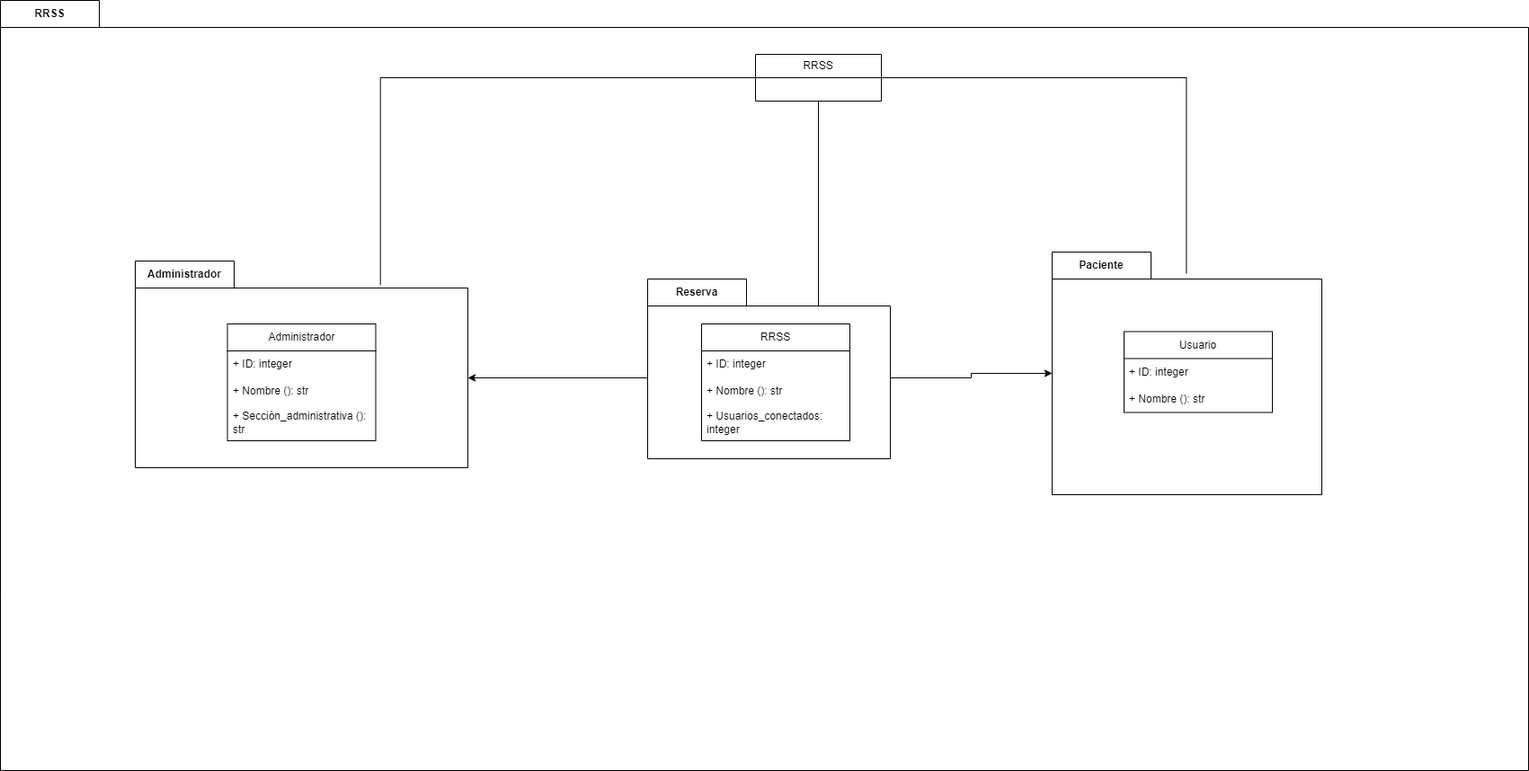
jpprguezz/ETS keeps this draw.io diagram as Diagramas_Paquetes/diagrama-paquete-rrss.drawio.png. Above is the earlier version. Source tidied: cells renumbered, new cells last; positions are measured from the earlier drawing's top-left corner, leaving out a move shared by most shapes. Its diagram source:
```xml
<mxGraphModel>
  <root>
    <mxCell id="0" />
    <mxCell id="1" parent="0" />
    <mxCell id="2" value="RRSS" style="shape=folder;fontStyle=1;tabWidth=110;tabHeight=30;tabPosition=left;html=1;boundedLbl=1;labelInHeader=1;whiteSpace=wrap;" parent="1" vertex="1">
      <mxGeometry width="1700" height="857" as="geometry" />
    </mxCell>
    <mxCell id="3" value="Administrador" style="shape=folder;fontStyle=1;tabWidth=110;tabHeight=30;tabPosition=left;html=1;boundedLbl=1;labelInHeader=1;whiteSpace=wrap;" parent="2" vertex="1">
      <mxGeometry x="150" y="290" width="370" height="230" as="geometry" />
    </mxCell>
    <mxCell id="4" value="Administrador" style="swimlane;fontStyle=0;horizontal=1;startSize=30;whiteSpace=wrap;html=1;" parent="3" vertex="1">
      <mxGeometry x="102.5" y="70" width="165" height="130" as="geometry" />
    </mxCell>
    <mxCell id="5" value="+ ID: integer" style="text;strokeColor=none;fillColor=none;align=left;verticalAlign=middle;spacingLeft=4;spacingRight=4;overflow=hidden;whiteSpace=wrap;html=1;" parent="4" vertex="1">
      <mxGeometry y="30" width="165" height="30" as="geometry" />
    </mxCell>
    <mxCell id="6" value="&lt;div&gt;+ Nombre (): str&lt;/div&gt;" style="text;strokeColor=none;fillColor=none;align=left;verticalAlign=middle;spacingLeft=4;spacingRight=4;overflow=hidden;whiteSpace=wrap;html=1;" parent="4" vertex="1">
      <mxGeometry y="60" width="165" height="30" as="geometry" />
    </mxCell>
    <mxCell id="7" value="+ Sección_administrativa (): str" style="text;strokeColor=none;fillColor=none;align=left;verticalAlign=middle;spacingLeft=4;spacingRight=4;overflow=hidden;whiteSpace=wrap;html=1;" parent="4" vertex="1">
      <mxGeometry y="90" width="165" height="40" as="geometry" />
    </mxCell>
    <mxCell id="8" value="RRSS" style="swimlane;fontStyle=0;horizontal=1;startSize=26;fillColor=none;whiteSpace=wrap;html=1;" parent="2" vertex="1">
      <mxGeometry x="840" y="60" width="140" height="52" as="geometry" />
    </mxCell>
    <mxCell id="9" style="edgeStyle=orthogonalEdgeStyle;rounded=0;jettySize=auto;html=1;exitX=0;exitY=0;exitDx=270;exitDy=110;exitPerimeter=0;" parent="2" edge="1" source="10" target="15">
      <mxGeometry relative="1" as="geometry" />
    </mxCell>
    <mxCell id="10" value="Reserva" style="shape=folder;fontStyle=1;tabWidth=110;tabHeight=30;tabPosition=left;html=1;boundedLbl=1;labelInHeader=1;whiteSpace=wrap;" parent="2" vertex="1">
      <mxGeometry x="720" y="310" width="270" height="200" as="geometry" />
    </mxCell>
    <mxCell id="11" value="RRSS" style="swimlane;fontStyle=0;horizontal=1;startSize=30;whiteSpace=wrap;html=1;" parent="10" vertex="1">
      <mxGeometry x="60" y="50" width="165" height="130" as="geometry" />
    </mxCell>
    <mxCell id="12" value="+ ID: integer" style="text;strokeColor=none;fillColor=none;align=left;verticalAlign=middle;spacingLeft=4;spacingRight=4;overflow=hidden;whiteSpace=wrap;html=1;" parent="11" vertex="1">
      <mxGeometry y="30" width="165" height="30" as="geometry" />
    </mxCell>
    <mxCell id="13" value="&lt;div&gt;+ Nombre (): str&lt;/div&gt;" style="text;strokeColor=none;fillColor=none;align=left;verticalAlign=middle;spacingLeft=4;spacingRight=4;overflow=hidden;whiteSpace=wrap;html=1;" parent="11" vertex="1">
      <mxGeometry y="60" width="165" height="30" as="geometry" />
    </mxCell>
    <mxCell id="14" value="+ Usuarios_conectados: integer" style="text;strokeColor=none;fillColor=none;align=left;verticalAlign=middle;spacingLeft=4;spacingRight=4;overflow=hidden;whiteSpace=wrap;html=1;" parent="11" vertex="1">
      <mxGeometry y="90" width="165" height="40" as="geometry" />
    </mxCell>
    <mxCell id="15" value="Paciente" style="shape=folder;fontStyle=1;tabWidth=110;tabHeight=30;tabPosition=left;html=1;boundedLbl=1;labelInHeader=1;whiteSpace=wrap;" parent="2" vertex="1">
      <mxGeometry x="1170" y="280" width="300" height="270" as="geometry" />
    </mxCell>
    <mxCell id="16" value="Usuario" style="swimlane;fontStyle=0;horizontal=1;startSize=30;whiteSpace=wrap;html=1;" parent="15" vertex="1">
      <mxGeometry x="80" y="88.5" width="165" height="90" as="geometry" />
    </mxCell>
    <mxCell id="17" value="+ ID: integer" style="text;strokeColor=none;fillColor=none;align=left;verticalAlign=middle;spacingLeft=4;spacingRight=4;overflow=hidden;whiteSpace=wrap;html=1;" parent="16" vertex="1">
      <mxGeometry y="30" width="165" height="30" as="geometry" />
    </mxCell>
    <mxCell id="18" value="&lt;div&gt;+ Nombre (): str&lt;/div&gt;" style="text;strokeColor=none;fillColor=none;align=left;verticalAlign=middle;spacingLeft=4;spacingRight=4;overflow=hidden;whiteSpace=wrap;html=1;" parent="16" vertex="1">
      <mxGeometry y="60" width="165" height="30" as="geometry" />
    </mxCell>
    <mxCell id="19" style="edgeStyle=orthogonalEdgeStyle;rounded=0;jettySize=auto;html=1;exitX=0;exitY=0;exitDx=0;exitDy=110;exitPerimeter=0;entryX=0;entryY=0;entryDx=370;entryDy=130;entryPerimeter=0;" parent="2" edge="1" source="10" target="3">
      <mxGeometry relative="1" as="geometry" />
    </mxCell>
    <mxCell id="20" style="endArrow=none;html=1;rounded=0;entryX=0;entryY=0;entryDx=190;entryDy=30;entryPerimeter=0;endFill=0;" parent="2" edge="1" target="10">
      <mxGeometry relative="1" as="geometry">
        <mxPoint x="910" y="112" as="sourcePoint" />
      </mxGeometry>
    </mxCell>
    <mxCell id="21" style="edgeStyle=orthogonalEdgeStyle;rounded=0;jettySize=auto;html=1;exitX=0;exitY=0.5;exitDx=0;exitDy=0;entryX=0.737;entryY=0.116;entryDx=0;entryDy=0;entryPerimeter=0;endArrow=none;endFill=0;" parent="2" edge="1" source="8" target="3">
      <mxGeometry relative="1" as="geometry" />
    </mxCell>
    <mxCell id="22" style="edgeStyle=orthogonalEdgeStyle;rounded=0;jettySize=auto;html=1;exitX=1;exitY=0.5;exitDx=0;exitDy=0;entryX=0.498;entryY=0.088;entryDx=0;entryDy=0;entryPerimeter=0;endArrow=none;endFill=0;" parent="2" edge="1" source="8" target="15">
      <mxGeometry relative="1" as="geometry" />
    </mxCell>
  </root>
</mxGraphModel>
```
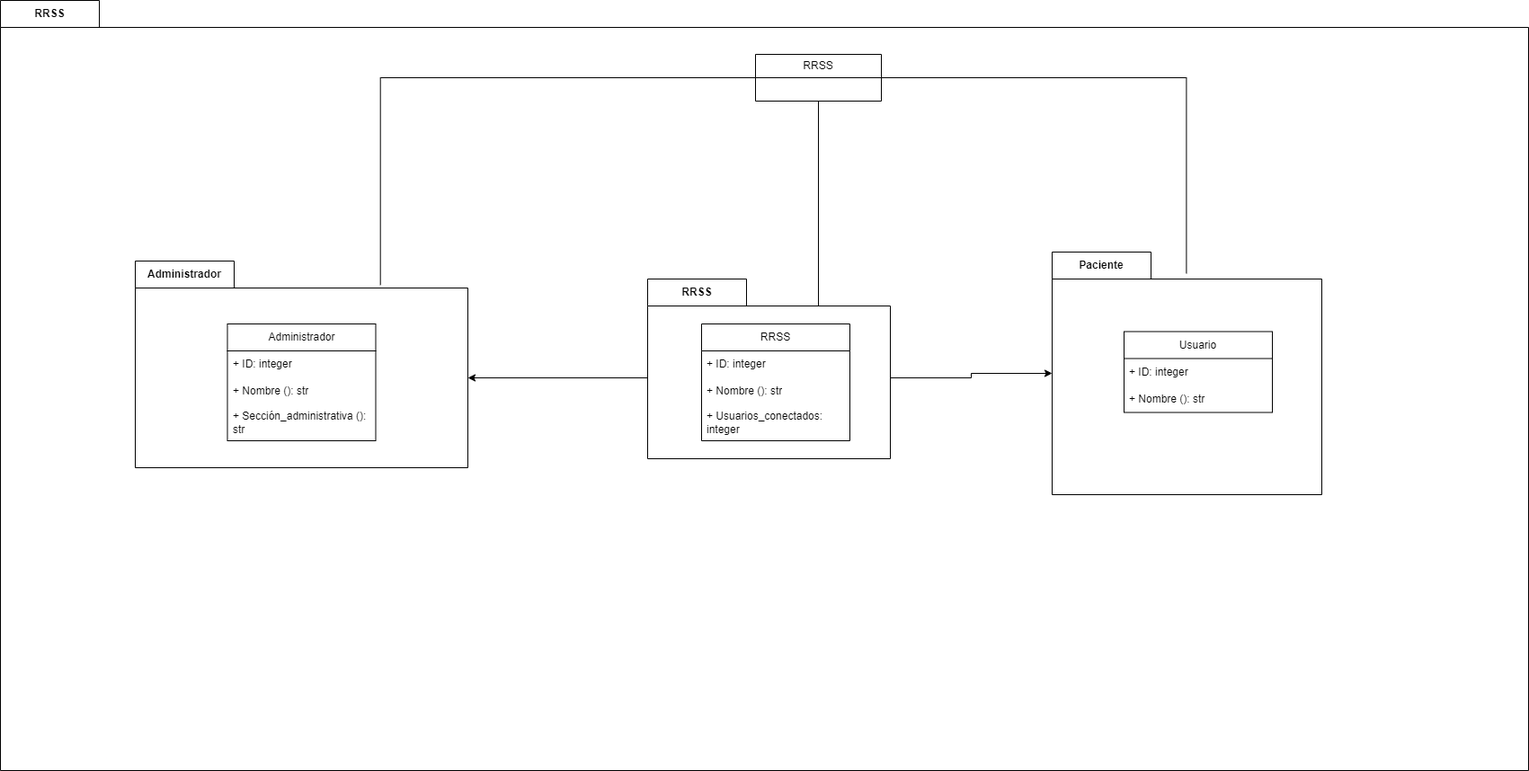
The same file after the commit.

Change to the diagram source:
```diff
@@ -26,7 +26,7 @@
     <mxCell id="9" style="edgeStyle=orthogonalEdgeStyle;rounded=0;jettySize=auto;html=1;exitX=0;exitY=0;exitDx=270;exitDy=110;exitPerimeter=0;" parent="2" edge="1" source="10" target="15">
       <mxGeometry relative="1" as="geometry" />
     </mxCell>
-    <mxCell id="10" value="Reserva" style="shape=folder;fontStyle=1;tabWidth=110;tabHeight=30;tabPosition=left;html=1;boundedLbl=1;labelInHeader=1;whiteSpace=wrap;" parent="2" vertex="1">
+    <mxCell id="10" value="RRSS" style="shape=folder;fontStyle=1;tabWidth=110;tabHeight=30;tabPosition=left;html=1;boundedLbl=1;labelInHeader=1;whiteSpace=wrap;" parent="2" vertex="1">
       <mxGeometry x="720" y="310" width="270" height="200" as="geometry" />
     </mxCell>
     <mxCell id="11" value="RRSS" style="swimlane;fontStyle=0;horizontal=1;startSize=30;whiteSpace=wrap;html=1;" parent="10" vertex="1">
```
